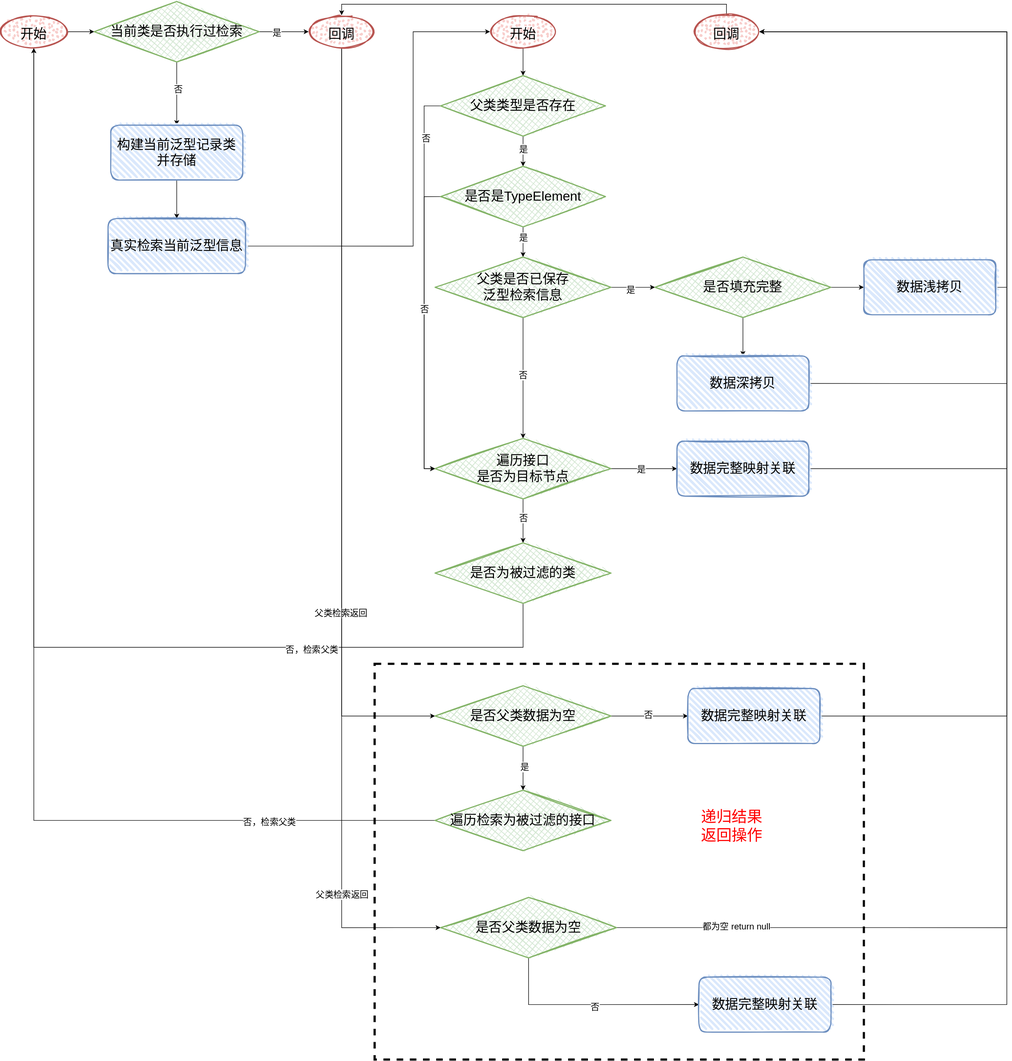
Sheedon/CompilationTool keeps this draw.io diagram as resource/InterfaceGenericsRetrieval.svg. Above is the earlier version. Source tidied: cells renumbered, new cells last; positions are measured from the earlier drawing's top-left corner, leaving out a move shared by most shapes.
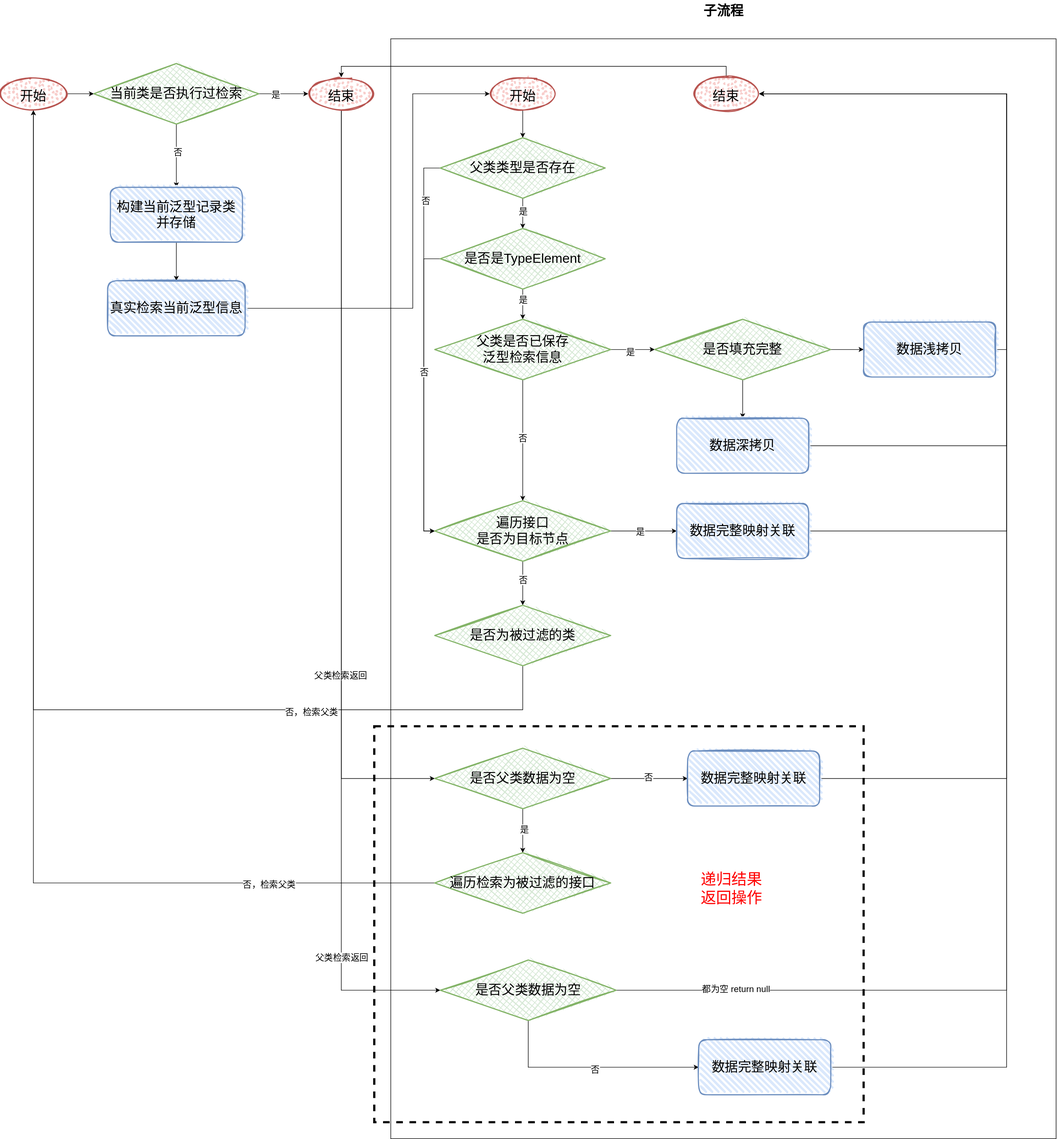
After the commit.

What changed in the source:
```diff
@@ -2,6 +2,9 @@
   <root>
     <mxCell id="0" />
     <mxCell id="1" parent="0" />
+    <mxCell id="73" style="rounded=0;whiteSpace=wrap;html=1;fontSize=17;" parent="1" vertex="1">
+      <mxGeometry x="710" y="-45" width="1210" height="2000" as="geometry" />
+    </mxCell>
     <mxCell id="2" style="edgeStyle=orthogonalEdgeStyle;rounded=0;jettySize=auto;html=1;exitX=1;exitY=0.5;exitDx=0;exitDy=0;entryX=0;entryY=0.5;entryDx=0;entryDy=0;" parent="1" edge="1" source="7" target="12">
       <mxGeometry relative="1" as="geometry" />
     </mxCell>
@@ -58,7 +61,7 @@
     <mxCell id="14" value="构建当前泛型记录类并存储" style="rounded=1;whiteSpace=wrap;html=1;strokeWidth=2;fillWeight=4;hachureGap=8;hachureAngle=45;fillColor=#dae8fc;sketch=1;fontSize=24;strokeColor=#6c8ebf;" parent="1" vertex="1">
       <mxGeometry x="200" y="225" width="240" height="100" as="geometry" />
     </mxCell>
-    <mxCell id="15" value="&lt;font style=&quot;font-size: 24px&quot;&gt;回调&lt;/font&gt;" style="ellipse;whiteSpace=wrap;html=1;strokeWidth=2;fillWeight=2;hachureGap=8;fillColor=#f8cecc;fillStyle=dots;sketch=1;fontSize=38;strokeColor=#b85450;" parent="1" vertex="1">
+    <mxCell id="15" value="&lt;font style=&quot;font-size: 24px&quot;&gt;结束&lt;/font&gt;" style="ellipse;whiteSpace=wrap;html=1;strokeWidth=2;fillWeight=2;hachureGap=8;fillColor=#f8cecc;fillStyle=dots;sketch=1;fontSize=38;strokeColor=#b85450;" parent="1" vertex="1">
       <mxGeometry x="560" y="25" width="120" height="60" as="geometry" />
     </mxCell>
     <mxCell id="16" style="edgeStyle=orthogonalEdgeStyle;rounded=0;jettySize=auto;html=1;exitX=1;exitY=0.5;exitDx=0;exitDy=0;entryX=0;entryY=0.5;entryDx=0;entryDy=0;fontSize=16;" parent="1" edge="1" source="17" target="19">
@@ -103,7 +106,7 @@
     <mxCell id="25" style="edgeStyle=orthogonalEdgeStyle;rounded=0;jettySize=auto;html=1;exitX=0.5;exitY=0;exitDx=0;exitDy=0;entryX=0.5;entryY=0;entryDx=0;entryDy=0;fontSize=16;" parent="1" edge="1" source="26" target="15">
       <mxGeometry relative="1" as="geometry" />
     </mxCell>
-    <mxCell id="26" value="&lt;font style=&quot;font-size: 24px&quot;&gt;回调&lt;/font&gt;" style="ellipse;whiteSpace=wrap;html=1;strokeWidth=2;fillWeight=2;hachureGap=8;fillColor=#f8cecc;fillStyle=dots;sketch=1;fontSize=38;strokeColor=#b85450;" parent="1" vertex="1">
+    <mxCell id="26" value="&lt;font style=&quot;font-size: 24px&quot;&gt;结束&lt;/font&gt;" style="ellipse;whiteSpace=wrap;html=1;strokeWidth=2;fillWeight=2;hachureGap=8;fillColor=#f8cecc;fillStyle=dots;sketch=1;fontSize=38;strokeColor=#b85450;" parent="1" vertex="1">
       <mxGeometry x="1260" y="25" width="120" height="60" as="geometry" />
     </mxCell>
     <mxCell id="27" style="edgeStyle=orthogonalEdgeStyle;rounded=0;jettySize=auto;html=1;exitX=0.5;exitY=1;exitDx=0;exitDy=0;entryX=0.5;entryY=0;entryDx=0;entryDy=0;fontSize=16;" parent="1" edge="1" source="31" target="36">
@@ -294,5 +297,8 @@
     <mxCell id="72" value="&lt;font style=&quot;font-size: 28px&quot;&gt;递归结果返回操作&lt;/font&gt;" style="text;html=1;strokeColor=none;fillColor=none;align=center;verticalAlign=middle;whiteSpace=wrap;rounded=0;dashed=1;fontColor=#FF0000;" parent="1" vertex="1">
       <mxGeometry x="1260" y="1475" width="140" height="50" as="geometry" />
     </mxCell>
+    <mxCell id="74" value="子流程" style="text;strokeColor=none;fillColor=none;html=1;fontSize=24;fontStyle=1;verticalAlign=middle;align=center;" parent="1" vertex="1">
+      <mxGeometry x="1265" y="-115" width="100" height="40" as="geometry" />
+    </mxCell>
   </root>
 </mxGraphModel>
```
